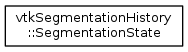
This is master/inherit_graph_158.png from jamesobutler/apidocs.slicer.org, a Graphviz export, as it was before one commit. Its source is kept beside it as master/inherit_graph_158.dot. Source of this version:
```dot
digraph "Graphical Class Hierarchy"
{
  bgcolor="transparent";
  edge [fontname="Helvetica",fontsize="10",labelfontname="Helvetica",labelfontsize="10"];
  node [fontname="Helvetica",fontsize="10",shape=record];
  rankdir="LR";
  Node0 [label="vtkSegmentationHistory\l::SegmentationState",height=0.2,width=0.4,color="black",URL="$structvtkSegmentationHistory_1_1SegmentationState.html"];
}
```
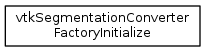
Above is the later version.

The edit, as a diff of the source:
```diff
@@ -4,5 +4,5 @@
   edge [fontname="Helvetica",fontsize="10",labelfontname="Helvetica",labelfontsize="10"];
   node [fontname="Helvetica",fontsize="10",shape=record];
   rankdir="LR";
-  Node0 [label="vtkSegmentationHistory\l::SegmentationState",height=0.2,width=0.4,color="black",URL="$structvtkSegmentationHistory_1_1SegmentationState.html"];
+  Node0 [label="vtkSegmentationConverter\lFactoryInitialize",height=0.2,width=0.4,color="black",URL="$classvtkSegmentationConverterFactoryInitialize.html",tooltip="Utility class to make sure qSlicerModuleManager is initialized before it is used. ..."];
 }
```
